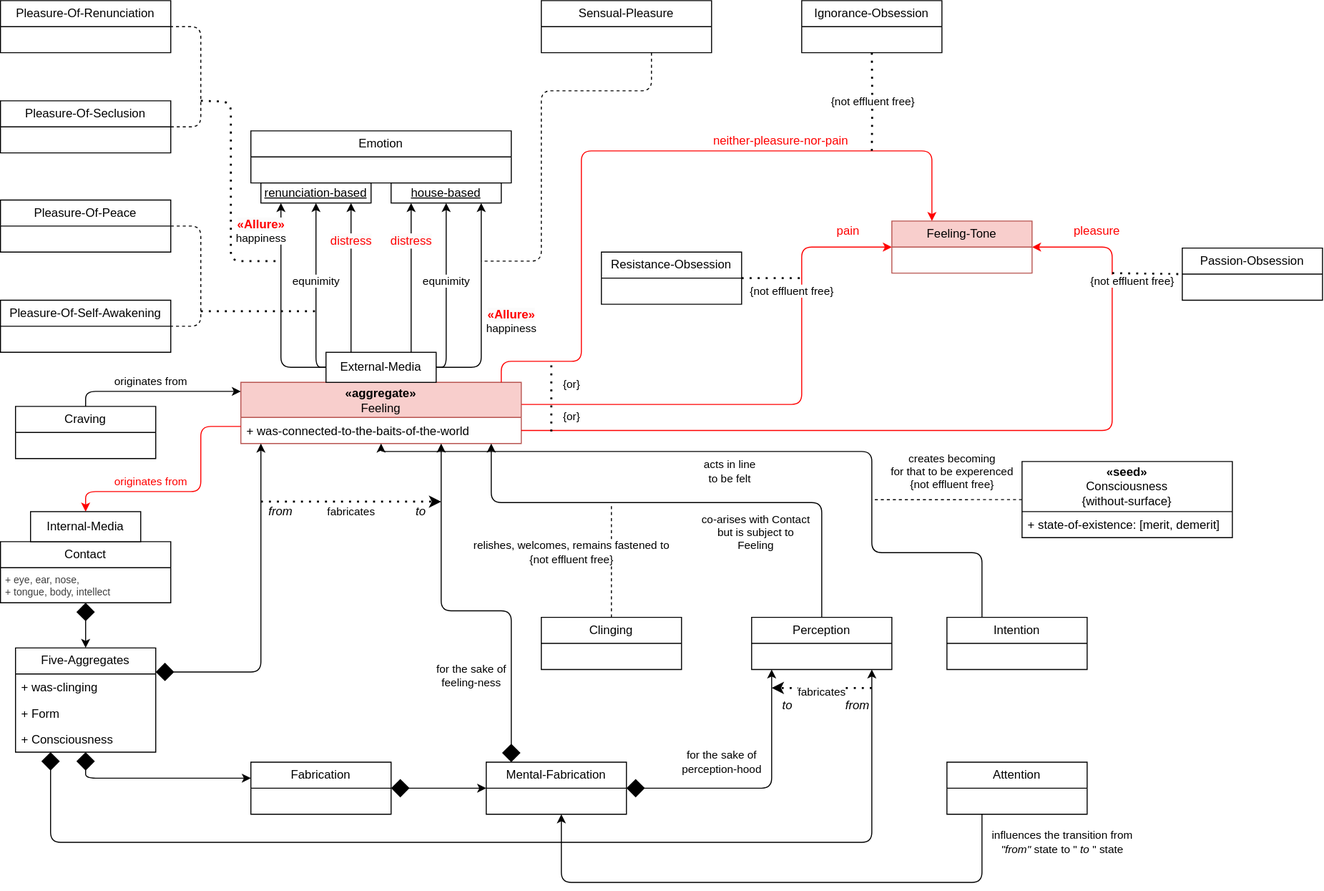
Before: threes/comprehend_feeling_classes.drawio.svg, a diagram exported from draw.io (suttaplayer/dn34-PROGRESSING-BY-TENS). Source tidied: cells renumbered, new cells last; positions are measured from the earlier drawing's top-left corner, leaving out a move shared by most shapes.
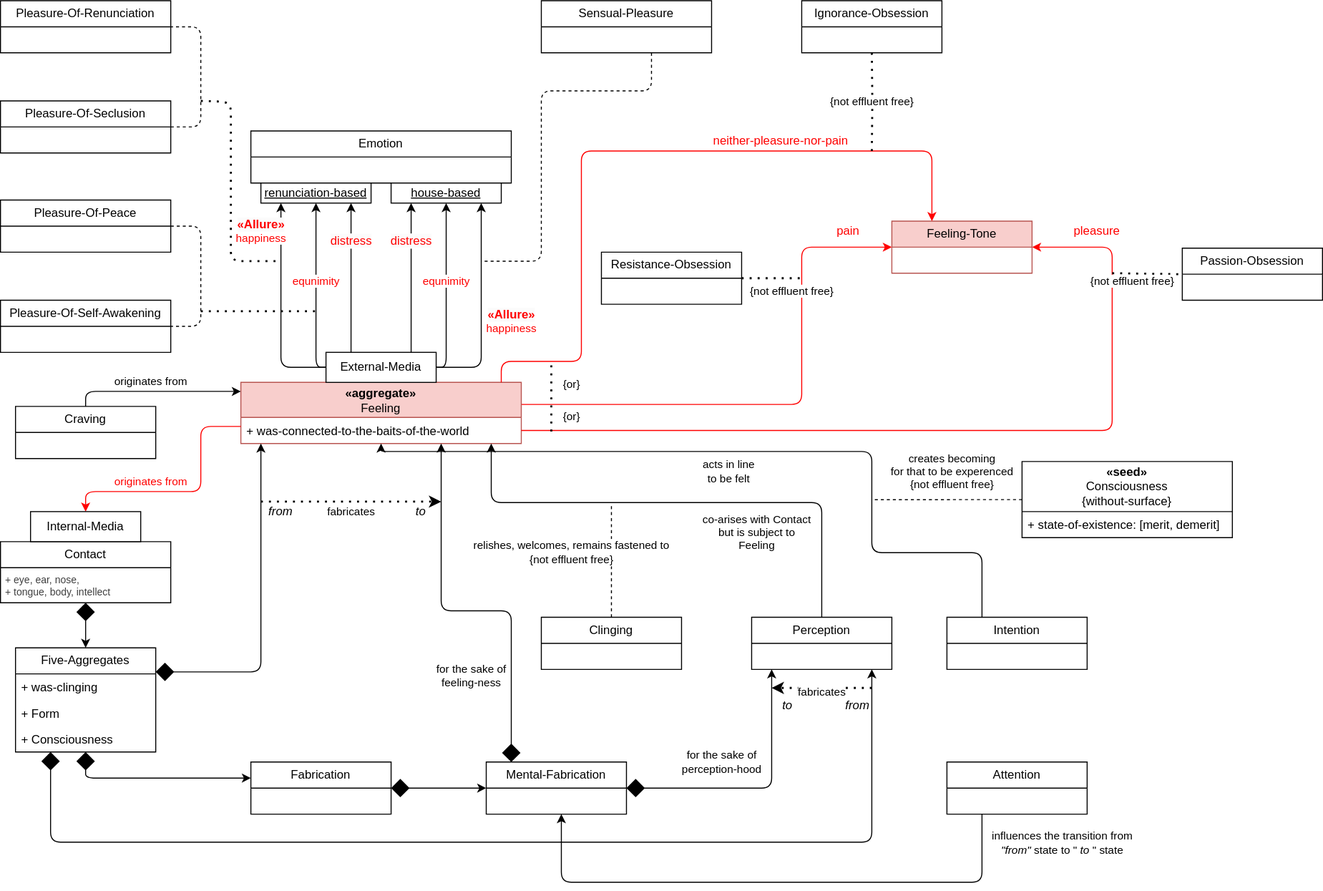
The same diagram one commit later.

Commit message:
minor update to headers and colors

Diff of the diagram source:
```diff
@@ -19,7 +19,7 @@
     <mxCell id="5" value="Emotion" style="swimlane;fontStyle=0;horizontal=1;startSize=26;whiteSpace=wrap;html=1;" parent="1" vertex="1">
       <mxGeometry x="250" y="130" width="260" height="52" as="geometry" />
     </mxCell>
-    <mxCell id="6" value="equnimity" style="edgeStyle=orthogonalEdgeStyle;html=1;" parent="1" edge="1" source="7" target="28">
+    <mxCell id="6" value="&lt;font style=&quot;color: rgb(255, 0, 0);&quot;&gt;equnimity&lt;/font&gt;" style="edgeStyle=orthogonalEdgeStyle;html=1;" parent="1" edge="1" source="7" target="28">
       <mxGeometry x="0.1" relative="1" as="geometry">
         <Array as="points">
           <mxPoint x="445" y="366" />
@@ -29,7 +29,7 @@
     <mxCell id="7" value="External-Media" style="html=1;whiteSpace=wrap;" parent="1" vertex="1">
       <mxGeometry x="325" y="351" width="110" height="30" as="geometry" />
     </mxCell>
-    <mxCell id="8" value="&lt;font color=&quot;#ff0000&quot;&gt;&lt;span style=&quot;font-size: 12px; background-color: rgb(251, 251, 251);&quot;&gt;distress&lt;/span&gt;&lt;/font&gt;" style="edgeStyle=orthogonalEdgeStyle;html=1;" parent="1" edge="1" source="7" target="28">
+    <mxCell id="8" value="&lt;font&gt;&lt;span style=&quot;font-size: 12px; background-color: rgb(251, 251, 251);&quot;&gt;&lt;font style=&quot;color: rgb(255, 0, 0);&quot;&gt;distress&lt;/font&gt;&lt;/span&gt;&lt;/font&gt;" style="edgeStyle=orthogonalEdgeStyle;html=1;" parent="1" edge="1" source="7" target="28">
       <mxGeometry x="0.49" relative="1" as="geometry">
         <Array as="points">
           <mxPoint x="410" y="260" />
@@ -37,7 +37,7 @@
         </Array>
       </mxGeometry>
     </mxCell>
-    <mxCell id="9" value="&lt;div&gt;&lt;span style=&quot;font-size: 12px; font-weight: 700; background-color: rgb(251, 251, 251); color: rgb(255, 0, 0);&quot;&gt;&lt;font style=&quot;color: rgb(255, 0, 0);&quot;&gt;«Allure»&lt;/font&gt;&lt;/span&gt;&lt;/div&gt;&lt;div&gt;happiness&amp;nbsp;&lt;/div&gt;" style="edgeStyle=orthogonalEdgeStyle;html=1;" parent="1" edge="1" source="7" target="28">
+    <mxCell id="9" value="&lt;div&gt;&lt;span style=&quot;font-size: 12px; font-weight: 700; background-color: rgb(251, 251, 251); color: rgb(255, 0, 0);&quot;&gt;&lt;font style=&quot;color: rgb(255, 0, 0);&quot;&gt;«Allure»&lt;/font&gt;&lt;/span&gt;&lt;/div&gt;&lt;div&gt;&lt;font style=&quot;color: rgb(255, 0, 0);&quot;&gt;happiness&lt;/font&gt;&amp;nbsp;&lt;/div&gt;" style="edgeStyle=orthogonalEdgeStyle;html=1;" parent="1" edge="1" source="7" target="28">
       <mxGeometry x="-0.13" y="-30" relative="1" as="geometry">
         <Array as="points">
           <mxPoint x="480" y="366" />
@@ -133,7 +133,7 @@
     <mxCell id="28" value="house-based" style="html=1;whiteSpace=wrap;fontStyle=4;" parent="1" vertex="1">
       <mxGeometry x="390" y="182" width="110" height="20" as="geometry" />
     </mxCell>
-    <mxCell id="29" value="&lt;font color=&quot;#ff0000&quot;&gt;&lt;span style=&quot;font-size: 12px; background-color: rgb(251, 251, 251);&quot;&gt;distress&lt;/span&gt;&lt;/font&gt;" style="edgeStyle=orthogonalEdgeStyle;html=1;" parent="1" edge="1">
+    <mxCell id="29" value="&lt;font&gt;&lt;span style=&quot;font-size: 12px; background-color: rgb(251, 251, 251);&quot;&gt;&lt;font style=&quot;color: rgb(255, 0, 0);&quot;&gt;distress&lt;/font&gt;&lt;/span&gt;&lt;/font&gt;" style="edgeStyle=orthogonalEdgeStyle;html=1;" parent="1" edge="1">
       <mxGeometry x="0.49" relative="1" as="geometry">
         <mxPoint x="350" y="351" as="sourcePoint" />
         <mxPoint x="350" y="202" as="targetPoint" />
@@ -143,7 +143,7 @@
         </Array>
       </mxGeometry>
     </mxCell>
-    <mxCell id="30" value="equnimity" style="edgeStyle=orthogonalEdgeStyle;html=1;" parent="1" edge="1">
+    <mxCell id="30" value="&lt;font style=&quot;color: rgb(255, 0, 0);&quot;&gt;equnimity&lt;/font&gt;" style="edgeStyle=orthogonalEdgeStyle;html=1;" parent="1" edge="1">
       <mxGeometry x="0.1" relative="1" as="geometry">
         <mxPoint x="325" y="366" as="sourcePoint" />
         <mxPoint x="315" y="202" as="targetPoint" />
@@ -152,7 +152,7 @@
         </Array>
       </mxGeometry>
     </mxCell>
-    <mxCell id="31" value="&lt;div&gt;&lt;span style=&quot;font-size: 12px; font-weight: 700; background-color: rgb(251, 251, 251); color: rgb(255, 0, 0);&quot;&gt;&lt;font style=&quot;color: rgb(255, 0, 0);&quot;&gt;«Allure»&lt;/font&gt;&lt;/span&gt;&lt;/div&gt;&lt;div&gt;happiness&lt;/div&gt;" style="edgeStyle=orthogonalEdgeStyle;html=1;" parent="1" edge="1">
+    <mxCell id="31" value="&lt;div&gt;&lt;span style=&quot;font-size: 12px; font-weight: 700; background-color: rgb(251, 251, 251); color: rgb(255, 0, 0);&quot;&gt;&lt;font style=&quot;color: rgb(255, 0, 0);&quot;&gt;«Allure»&lt;/font&gt;&lt;/span&gt;&lt;/div&gt;&lt;div&gt;&lt;font style=&quot;color: rgb(255, 0, 0);&quot;&gt;happiness&lt;/font&gt;&lt;/div&gt;" style="edgeStyle=orthogonalEdgeStyle;html=1;" parent="1" edge="1">
       <mxGeometry x="0.73" y="20" relative="1" as="geometry">
         <mxPoint x="325" y="366" as="sourcePoint" />
         <mxPoint x="280" y="202" as="targetPoint" />
```
